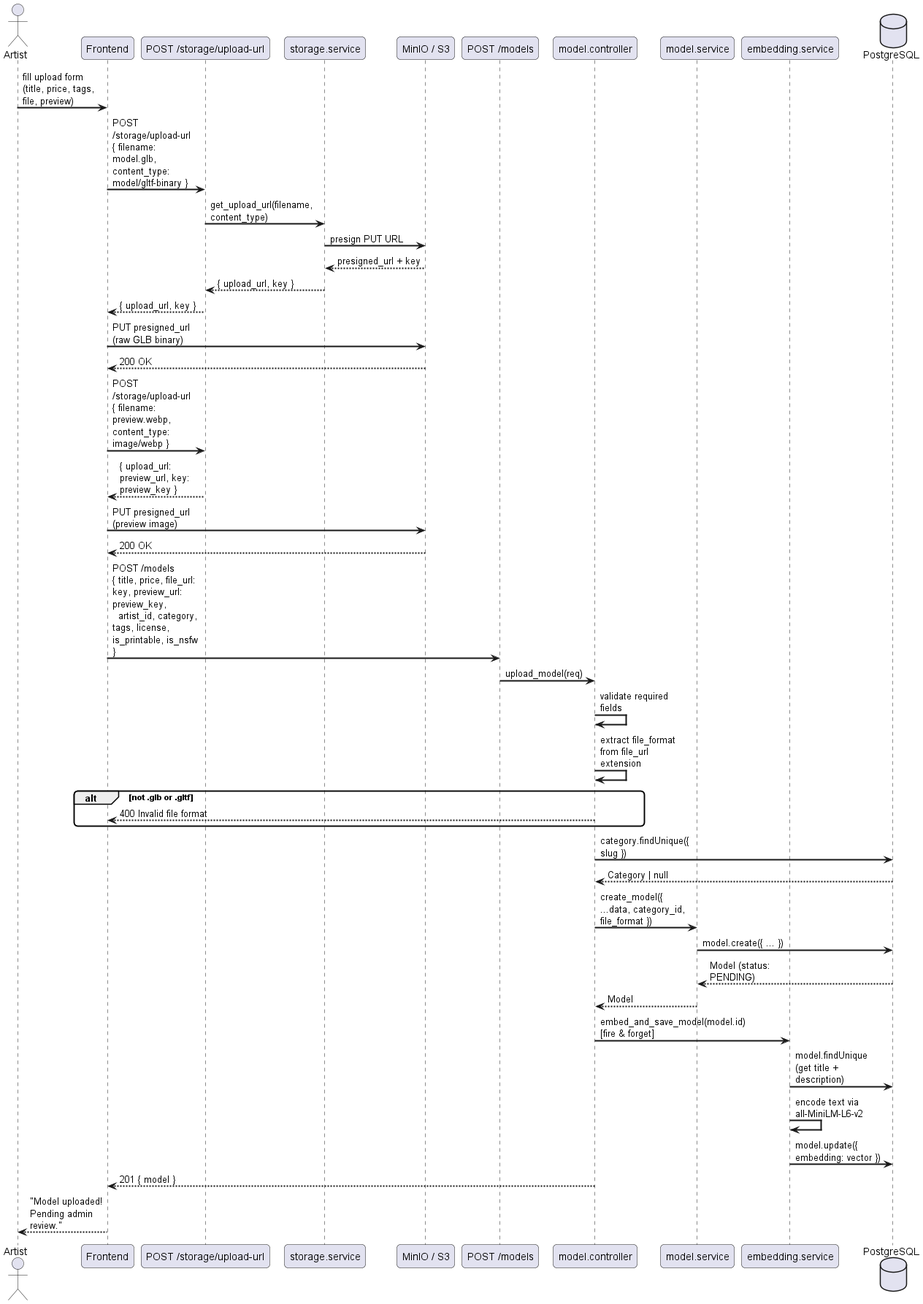
Before: docs/diagrams/exports/sequence/catalog/sequence_model_upload.png, a diagram exported from PlantUML (Schryzon/3Dex).
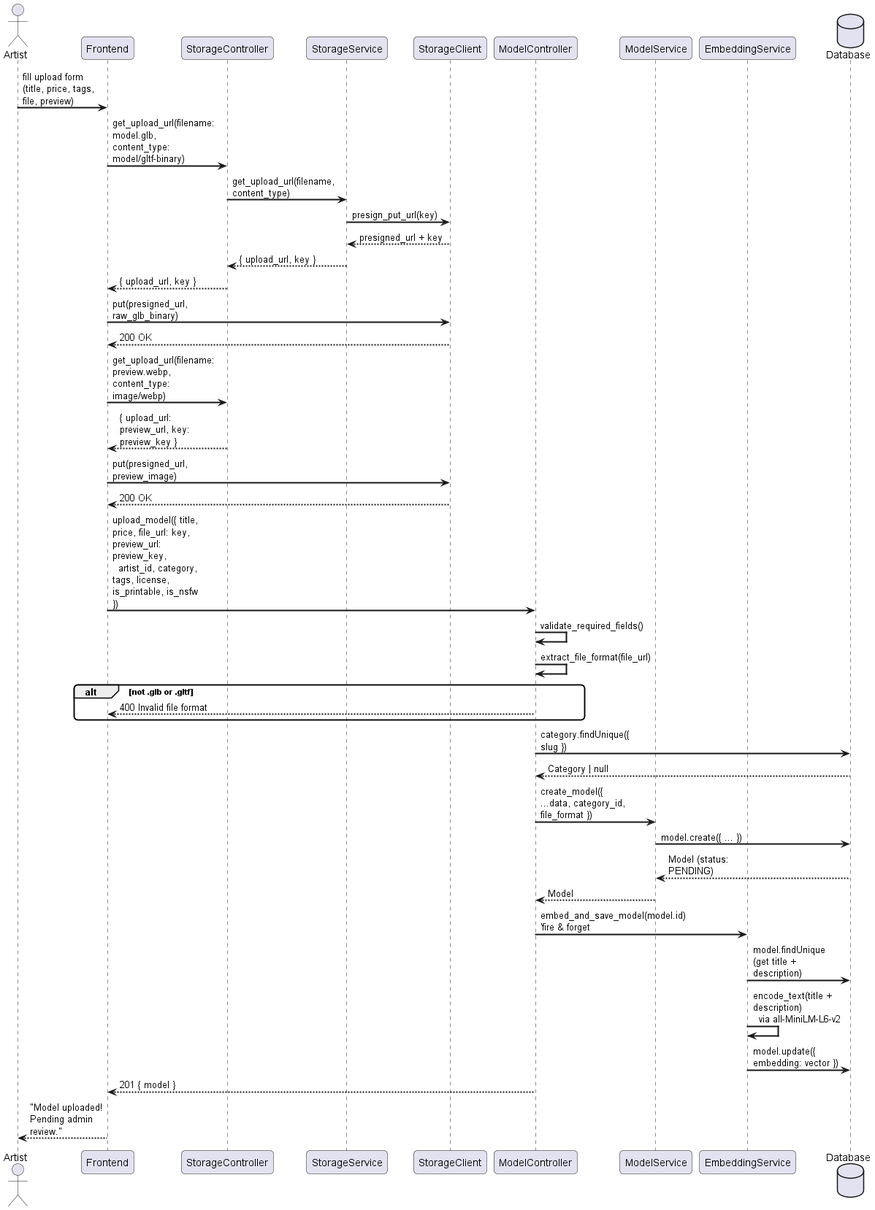
The same file after the commit.

What changed in the source:
```diff
@@ -5,35 +5,33 @@
 
 actor "Artist" as A
 participant "Frontend" as FE
-participant "POST /storage/upload-url" as SAPI
-participant "storage.service" as SS
-participant "MinIO / S3" as S3
-participant "POST /models" as MAPI
-participant "model.controller" as MC
-participant "model.service" as MS
-participant "embedding.service" as ES
-database "PostgreSQL" as DB
+participant "StorageController" as SC
+participant "StorageService" as SS
+participant "StorageClient" as S3
+participant "ModelController" as MC
+participant "ModelService" as MS
+participant "EmbeddingService" as ES
+database "Database" as DB
 
 A -> FE : fill upload form\n(title, price, tags, file, preview)
-FE -> SAPI : POST /storage/upload-url\n{ filename: model.glb, content_type: model/gltf-binary }
-SAPI -> SS : get_upload_url(filename, content_type)
-SS -> S3 : presign PUT URL
+FE -> SC : get_upload_url(filename: model.glb, content_type: model/gltf-binary)
+SC -> SS : get_upload_url(filename, content_type)
+SS -> S3 : presign_put_url(key)
 S3 --> SS : presigned_url + key
-SS --> SAPI : { upload_url, key }
-SAPI --> FE : { upload_url, key }
+SS --> SC : { upload_url, key }
+SC --> FE : { upload_url, key }
 
-FE -> S3 : PUT presigned_url (raw GLB binary)
+FE -> S3 : put(presigned_url, raw_glb_binary)
 S3 --> FE : 200 OK
 
-FE -> SAPI : POST /storage/upload-url\n{ filename: preview.webp, content_type: image/webp }
-SAPI --> FE : { upload_url: preview_url, key: preview_key }
-FE -> S3 : PUT presigned_url (preview image)
+FE -> SC : get_upload_url(filename: preview.webp, content_type: image/webp)
+SC --> FE : { upload_url: preview_url, key: preview_key }
+FE -> S3 : put(presigned_url, preview_image)
 S3 --> FE : 200 OK
 
-FE -> MAPI : POST /models\n{ title, price, file_url: key, preview_url: preview_key,\n  artist_id, category, tags, license, is_printable, is_nsfw }
-MAPI -> MC : upload_model(req)
-MC -> MC : validate required fields
-MC -> MC : extract file_format from file_url extension
+FE -> MC : upload_model({ title, price, file_url: key, preview_url: preview_key,\n  artist_id, category, tags, license, is_printable, is_nsfw })
+MC -> MC : validate_required_fields()
+MC -> MC : extract_file_format(file_url)
 alt not .glb or .gltf
     MC --> FE : 400 Invalid file format
 end
@@ -43,9 +41,9 @@
 MS -> DB : model.create({ ... })
 DB --> MS : Model (status: PENDING)
 MS --> MC : Model
-MC -> ES : embed_and_save_model(model.id) [fire & forget]
+MC -> ES : embed_and_save_model(model.id)  'fire & forget
 ES -> DB : model.findUnique (get title + description)
-ES -> ES : encode text via all-MiniLM-L6-v2
+ES -> ES : encode_text(title + description)\n  via all-MiniLM-L6-v2
 ES -> DB : model.update({ embedding: vector })
 MC --> FE : 201 { model }
 FE --> A : "Model uploaded! Pending admin review."
```
